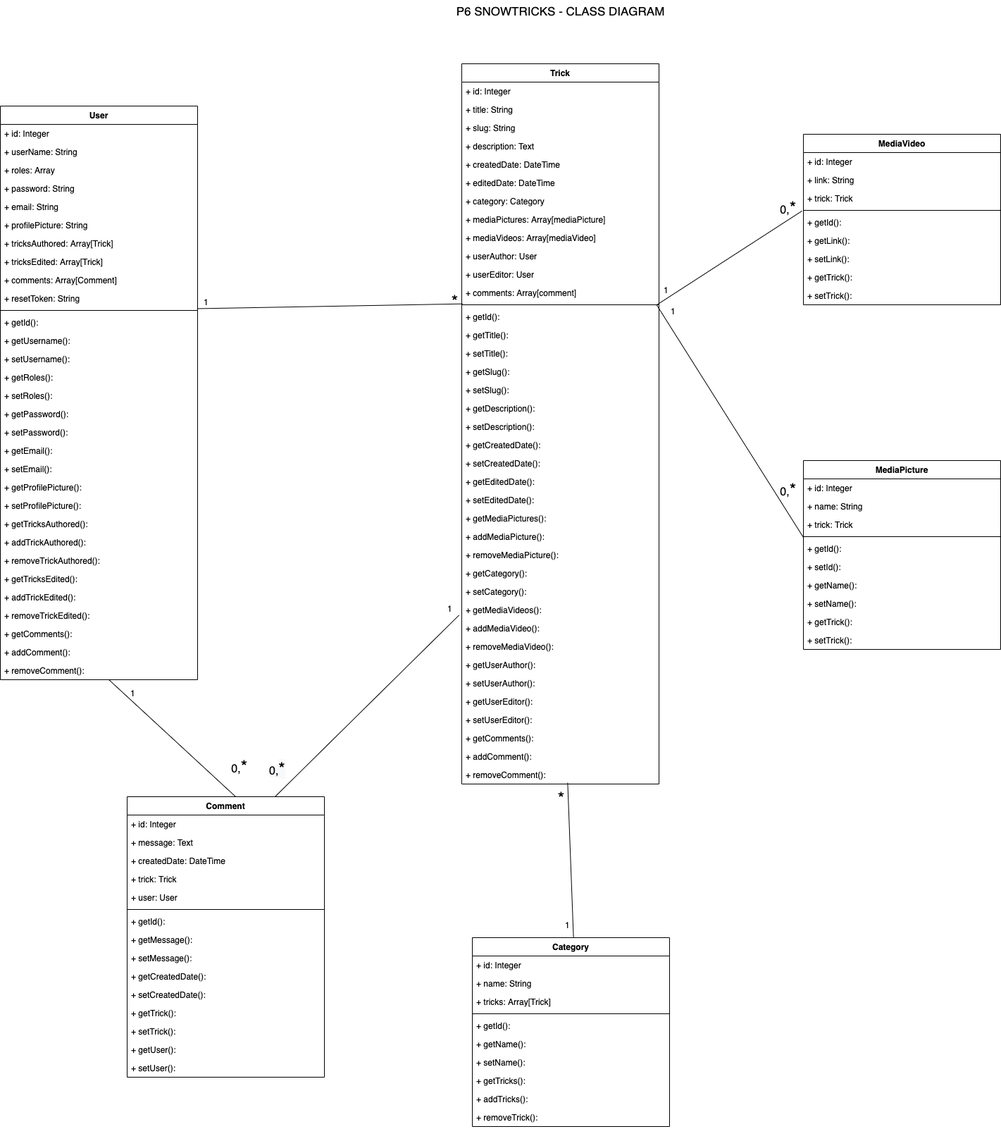
This is public/uml-diagrams/P6_Class_Diagram.png from GeoffroyDutot/SnowTricks-OC-P6, a draw.io export, as it was before one commit. Source tidied: cells renumbered, new cells last; positions are measured from the earlier drawing's top-left corner, leaving out a move shared by most shapes.
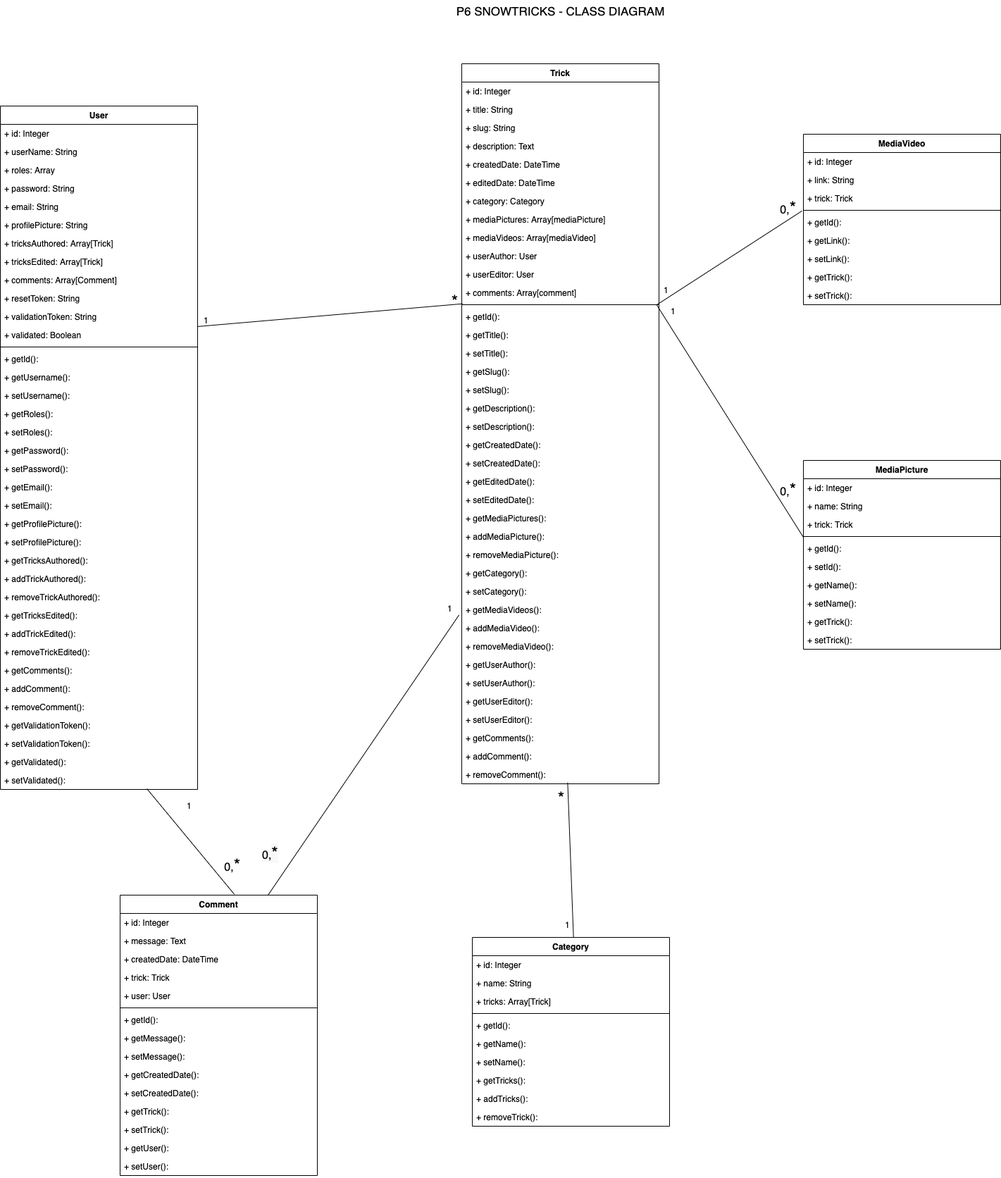
Later version of the same file.

What changed in the source:
```diff
@@ -126,7 +126,7 @@
       <mxGeometry y="996" width="280" height="26" as="geometry" />
     </mxCell>
     <mxCell id="43" value="User" style="swimlane;fontStyle=1;align=center;verticalAlign=top;horizontal=1;startSize=26;" parent="1" vertex="1">
-      <mxGeometry y="210" width="280" height="814" as="geometry" />
+      <mxGeometry y="210" width="280" height="970" as="geometry" />
     </mxCell>
     <mxCell id="44" value="+ id: Integer" style="text;strokeColor=none;fillColor=none;align=left;verticalAlign=top;spacingLeft=4;spacingRight=4;overflow=hidden;" parent="43" vertex="1">
       <mxGeometry y="26" width="280" height="26" as="geometry" />
@@ -158,70 +158,88 @@
     <mxCell id="53" value="+ resetToken: String" style="text;strokeColor=none;fillColor=none;align=left;verticalAlign=top;spacingLeft=4;spacingRight=4;overflow=hidden;" parent="43" vertex="1">
       <mxGeometry y="260" width="280" height="26" as="geometry" />
     </mxCell>
+    <mxCell id="142" value="+ validationToken: String" style="text;strokeColor=none;fillColor=none;align=left;verticalAlign=top;spacingLeft=4;spacingRight=4;overflow=hidden;" parent="43" vertex="1">
+      <mxGeometry y="286" width="280" height="26" as="geometry" />
+    </mxCell>
+    <mxCell id="143" value="+ validated: Boolean" style="text;strokeColor=none;fillColor=none;align=left;verticalAlign=top;spacingLeft=4;spacingRight=4;overflow=hidden;points=[[0,0.5],[1,0.5]];portConstraint=eastwest;" parent="43" vertex="1">
+      <mxGeometry y="312" width="280" height="26" as="geometry" />
+    </mxCell>
     <mxCell id="54" style="line;strokeWidth=1;fillColor=none;align=left;verticalAlign=middle;spacingTop=-1;spacingLeft=3;spacingRight=3;labelPosition=right;points=[];portConstraint=eastwest;" parent="43" vertex="1">
-      <mxGeometry y="286" width="280" height="8" as="geometry" />
+      <mxGeometry y="338" width="280" height="8" as="geometry" />
     </mxCell>
     <mxCell id="55" value="+ getId():" style="text;strokeColor=none;fillColor=none;align=left;verticalAlign=top;spacingLeft=4;spacingRight=4;overflow=hidden;" parent="43" vertex="1">
-      <mxGeometry y="294" width="280" height="26" as="geometry" />
+      <mxGeometry y="346" width="280" height="26" as="geometry" />
     </mxCell>
     <mxCell id="56" value="+ getUsername():" style="text;strokeColor=none;fillColor=none;align=left;verticalAlign=top;spacingLeft=4;spacingRight=4;overflow=hidden;" parent="43" vertex="1">
-      <mxGeometry y="320" width="280" height="26" as="geometry" />
+      <mxGeometry y="372" width="280" height="26" as="geometry" />
     </mxCell>
     <mxCell id="57" value="+ setUsername():" style="text;strokeColor=none;fillColor=none;align=left;verticalAlign=top;spacingLeft=4;spacingRight=4;overflow=hidden;" parent="43" vertex="1">
-      <mxGeometry y="346" width="280" height="26" as="geometry" />
+      <mxGeometry y="398" width="280" height="26" as="geometry" />
     </mxCell>
     <mxCell id="58" value="+ getRoles():" style="text;strokeColor=none;fillColor=none;align=left;verticalAlign=top;spacingLeft=4;spacingRight=4;overflow=hidden;" parent="43" vertex="1">
-      <mxGeometry y="372" width="280" height="26" as="geometry" />
+      <mxGeometry y="424" width="280" height="26" as="geometry" />
     </mxCell>
     <mxCell id="59" value="+ setRoles():" style="text;strokeColor=none;fillColor=none;align=left;verticalAlign=top;spacingLeft=4;spacingRight=4;overflow=hidden;" parent="43" vertex="1">
-      <mxGeometry y="398" width="280" height="26" as="geometry" />
+      <mxGeometry y="450" width="280" height="26" as="geometry" />
     </mxCell>
     <mxCell id="60" value="+ getPassword():" style="text;strokeColor=none;fillColor=none;align=left;verticalAlign=top;spacingLeft=4;spacingRight=4;overflow=hidden;" parent="43" vertex="1">
-      <mxGeometry y="424" width="280" height="26" as="geometry" />
+      <mxGeometry y="476" width="280" height="26" as="geometry" />
     </mxCell>
     <mxCell id="61" value="+ setPassword():" style="text;strokeColor=none;fillColor=none;align=left;verticalAlign=top;spacingLeft=4;spacingRight=4;overflow=hidden;" parent="43" vertex="1">
-      <mxGeometry y="450" width="280" height="26" as="geometry" />
+      <mxGeometry y="502" width="280" height="26" as="geometry" />
     </mxCell>
     <mxCell id="62" value="+ getEmail():" style="text;strokeColor=none;fillColor=none;align=left;verticalAlign=top;spacingLeft=4;spacingRight=4;overflow=hidden;" parent="43" vertex="1">
-      <mxGeometry y="476" width="280" height="26" as="geometry" />
+      <mxGeometry y="528" width="280" height="26" as="geometry" />
     </mxCell>
     <mxCell id="63" value="+ setEmail():" style="text;strokeColor=none;fillColor=none;align=left;verticalAlign=top;spacingLeft=4;spacingRight=4;overflow=hidden;" parent="43" vertex="1">
-      <mxGeometry y="502" width="280" height="26" as="geometry" />
+      <mxGeometry y="554" width="280" height="26" as="geometry" />
     </mxCell>
     <mxCell id="64" value="+ getProfilePicture():" style="text;strokeColor=none;fillColor=none;align=left;verticalAlign=top;spacingLeft=4;spacingRight=4;overflow=hidden;" parent="43" vertex="1">
-      <mxGeometry y="528" width="280" height="26" as="geometry" />
+      <mxGeometry y="580" width="280" height="26" as="geometry" />
     </mxCell>
     <mxCell id="65" value="+ setProfilePicture():" style="text;strokeColor=none;fillColor=none;align=left;verticalAlign=top;spacingLeft=4;spacingRight=4;overflow=hidden;" parent="43" vertex="1">
-      <mxGeometry y="554" width="280" height="26" as="geometry" />
+      <mxGeometry y="606" width="280" height="26" as="geometry" />
     </mxCell>
     <mxCell id="66" value="+ getTricksAuthored():" style="text;strokeColor=none;fillColor=none;align=left;verticalAlign=top;spacingLeft=4;spacingRight=4;overflow=hidden;" parent="43" vertex="1">
-      <mxGeometry y="580" width="280" height="26" as="geometry" />
+      <mxGeometry y="632" width="280" height="26" as="geometry" />
     </mxCell>
     <mxCell id="67" value="+ addTrickAuthored():" style="text;strokeColor=none;fillColor=none;align=left;verticalAlign=top;spacingLeft=4;spacingRight=4;overflow=hidden;" parent="43" vertex="1">
-      <mxGeometry y="606" width="280" height="26" as="geometry" />
+      <mxGeometry y="658" width="280" height="26" as="geometry" />
     </mxCell>
     <mxCell id="68" value="+ removeTrickAuthored():" style="text;strokeColor=none;fillColor=none;align=left;verticalAlign=top;spacingLeft=4;spacingRight=4;overflow=hidden;" parent="43" vertex="1">
-      <mxGeometry y="632" width="280" height="26" as="geometry" />
+      <mxGeometry y="684" width="280" height="26" as="geometry" />
     </mxCell>
     <mxCell id="69" value="+ getTricksEdited():" style="text;strokeColor=none;fillColor=none;align=left;verticalAlign=top;spacingLeft=4;spacingRight=4;overflow=hidden;" parent="43" vertex="1">
-      <mxGeometry y="658" width="280" height="26" as="geometry" />
+      <mxGeometry y="710" width="280" height="26" as="geometry" />
     </mxCell>
     <mxCell id="70" value="+ addTrickEdited():" style="text;strokeColor=none;fillColor=none;align=left;verticalAlign=top;spacingLeft=4;spacingRight=4;overflow=hidden;" parent="43" vertex="1">
-      <mxGeometry y="684" width="280" height="26" as="geometry" />
+      <mxGeometry y="736" width="280" height="26" as="geometry" />
     </mxCell>
     <mxCell id="71" value="+ removeTrickEdited():" style="text;strokeColor=none;fillColor=none;align=left;verticalAlign=top;spacingLeft=4;spacingRight=4;overflow=hidden;" parent="43" vertex="1">
-      <mxGeometry y="710" width="280" height="26" as="geometry" />
+      <mxGeometry y="762" width="280" height="26" as="geometry" />
     </mxCell>
     <mxCell id="72" value="+ getComments():" style="text;strokeColor=none;fillColor=none;align=left;verticalAlign=top;spacingLeft=4;spacingRight=4;overflow=hidden;" parent="43" vertex="1">
-      <mxGeometry y="736" width="280" height="26" as="geometry" />
+      <mxGeometry y="788" width="280" height="26" as="geometry" />
     </mxCell>
     <mxCell id="73" value="+ addComment():" style="text;strokeColor=none;fillColor=none;align=left;verticalAlign=top;spacingLeft=4;spacingRight=4;overflow=hidden;" parent="43" vertex="1">
-      <mxGeometry y="762" width="280" height="26" as="geometry" />
+      <mxGeometry y="814" width="280" height="26" as="geometry" />
     </mxCell>
     <mxCell id="74" value="+ removeComment():" style="text;strokeColor=none;fillColor=none;align=left;verticalAlign=top;spacingLeft=4;spacingRight=4;overflow=hidden;points=[[0,0.5],[1,0.5]];portConstraint=eastwest;" parent="43" vertex="1">
-      <mxGeometry y="788" width="280" height="26" as="geometry" />
+      <mxGeometry y="840" width="280" height="26" as="geometry" />
     </mxCell>
+    <mxCell id="144" value="+ getValidationToken():" style="text;strokeColor=none;fillColor=none;align=left;verticalAlign=top;spacingLeft=4;spacingRight=4;overflow=hidden;" parent="43" vertex="1">
+      <mxGeometry y="866" width="280" height="26" as="geometry" />
+    </mxCell>
+    <mxCell id="145" value="+ setValidationToken():" style="text;strokeColor=none;fillColor=none;align=left;verticalAlign=top;spacingLeft=4;spacingRight=4;overflow=hidden;" parent="43" vertex="1">
+      <mxGeometry y="892" width="280" height="26" as="geometry" />
+    </mxCell>
+    <mxCell id="146" value="+ getValidated():" style="text;strokeColor=none;fillColor=none;align=left;verticalAlign=top;spacingLeft=4;spacingRight=4;overflow=hidden;" parent="43" vertex="1">
+      <mxGeometry y="918" width="280" height="26" as="geometry" />
+    </mxCell>
+    <mxCell id="147" value="+ setValidated():" style="text;strokeColor=none;fillColor=none;align=left;verticalAlign=top;spacingLeft=4;spacingRight=4;overflow=hidden;points=[[0,0.5],[1,0.5]];portConstraint=eastwest;" parent="43" vertex="1">
+      <mxGeometry y="944" width="280" height="26" as="geometry" />
+    </mxCell>
-    <mxCell id="75" style="endArrow=none;html=1;rounded=0;entryX=0.005;entryY=-0.167;entryDx=0;entryDy=0;entryPerimeter=0;" parent="1" edge="1" source="54">
+    <mxCell id="75" style="endArrow=none;html=1;rounded=0;entryX=0.005;entryY=-0.167;entryDx=0;entryDy=0;entryPerimeter=0;" parent="1" edge="1" source="143">
       <mxGeometry relative="1" as="geometry">
         <mxPoint x="656.4" y="490.7" as="targetPoint" />
       </mxGeometry>
@@ -371,8 +389,37 @@
     <mxCell id="118" value="+ removeTrick():" style="text;strokeColor=none;fillColor=none;align=left;verticalAlign=top;spacingLeft=4;spacingRight=4;overflow=hidden;" parent="108" vertex="1">
       <mxGeometry y="242" width="280" height="26" as="geometry" />
     </mxCell>
+    <mxCell id="135" style="endArrow=none;html=1;fontSize=24;exitX=0.579;exitY=-0.003;exitDx=0;exitDy=0;exitPerimeter=0;entryX=0.743;entryY=0.962;entryDx=0;entryDy=0;entryPerimeter=0;" parent="1" edge="1" source="119" target="147">
+      <mxGeometry relative="1" as="geometry" />
+    </mxCell>
+    <mxCell id="136" style="html=1;align=right;verticalAlign=bottom;fontSize=24;" parent="1" vertex="1">
+      <mxGeometry x="570" y="1100" as="geometry">
+        <mxPoint x="-379" y="-41" as="offset" />
+      </mxGeometry>
+    </mxCell>
+    <mxCell id="137" value="1" style="html=1;align=left;verticalAlign=bottom;" parent="1" vertex="1">
+      <mxGeometry x="360" y="280" as="geometry">
+        <mxPoint x="-97" y="932" as="offset" />
+      </mxGeometry>
+    </mxCell>
+    <mxCell id="138" value="&lt;font style=&quot;font-size: 16px&quot;&gt;0,&lt;/font&gt;*" style="html=1;align=right;verticalAlign=bottom;fontSize=24;" parent="1" vertex="1">
+      <mxGeometry x="1140" y="900" as="geometry">
+        <mxPoint x="-799" y="403" as="offset" />
+      </mxGeometry>
+    </mxCell>
+    <mxCell id="139" style="endArrow=none;html=1;fontSize=24;entryX=-0.014;entryY=-0.212;entryDx=0;entryDy=0;entryPerimeter=0;exitX=0.75;exitY=0;exitDx=0;exitDy=0;" parent="1" edge="1" source="119" target="34">
+      <mxGeometry relative="1" as="geometry" />
+    </mxCell>
+    <mxCell id="140" value="1" style="html=1;align=left;verticalAlign=bottom;" parent="1" vertex="1">
+      <mxGeometry x="730" as="geometry">
+        <mxPoint x="-97" y="932" as="offset" />
+      </mxGeometry>
+    </mxCell>
+    <mxCell id="141" value="&lt;meta charset=&quot;utf-8&quot;&gt;&lt;font style=&quot;color: rgb(0, 0, 0); font-family: helvetica; font-style: normal; font-weight: 400; letter-spacing: normal; text-align: right; text-indent: 0px; text-transform: none; word-spacing: 0px; background-color: rgb(248, 249, 250); font-size: 16px;&quot;&gt;0,&lt;/font&gt;&lt;span style=&quot;color: rgb(0, 0, 0); font-family: helvetica; font-size: 24px; font-style: normal; font-weight: 400; letter-spacing: normal; text-align: right; text-indent: 0px; text-transform: none; word-spacing: 0px; background-color: rgb(248, 249, 250); display: inline; float: none;&quot;&gt;*&lt;/span&gt;" style="text;whiteSpace=wrap;html=1;fontSize=24;" parent="1" vertex="1">
+      <mxGeometry x="370" y="1250" width="50" height="50" as="geometry" />
+    </mxCell>
     <mxCell id="119" value="Comment" style="swimlane;fontStyle=1;align=center;verticalAlign=top;horizontal=1;startSize=26;" parent="1" vertex="1">
-      <mxGeometry x="180" y="1190" width="280" height="398" as="geometry" />
+      <mxGeometry x="170" y="1330" width="280" height="398" as="geometry" />
     </mxCell>
     <mxCell id="120" value="+ id: Integer" style="text;strokeColor=none;fillColor=none;align=left;verticalAlign=top;spacingLeft=4;spacingRight=4;overflow=hidden;" parent="119" vertex="1">
       <mxGeometry y="26" width="280" height="26" as="geometry" />
@@ -419,36 +466,5 @@
     <mxCell id="134" value="+ setUser():" style="text;strokeColor=none;fillColor=none;align=left;verticalAlign=top;spacingLeft=4;spacingRight=4;overflow=hidden;" parent="119" vertex="1">
       <mxGeometry y="372" width="280" height="26" as="geometry" />
     </mxCell>
-    <mxCell id="135" style="endArrow=none;html=1;fontSize=24;" parent="1" edge="1" target="74">
-      <mxGeometry relative="1" as="geometry">
-        <mxPoint x="334" y="1190" as="sourcePoint" />
-      </mxGeometry>
-    </mxCell>
-    <mxCell id="136" style="html=1;align=right;verticalAlign=bottom;fontSize=24;" parent="1" vertex="1">
-      <mxGeometry x="570" y="1100" as="geometry">
-        <mxPoint x="-379" y="-41" as="offset" />
-      </mxGeometry>
-    </mxCell>
-    <mxCell id="137" value="1" style="html=1;align=left;verticalAlign=bottom;" parent="1" vertex="1">
-      <mxGeometry x="280" y="120" as="geometry">
-        <mxPoint x="-97" y="932" as="offset" />
-      </mxGeometry>
-    </mxCell>
-    <mxCell id="138" value="&lt;font style=&quot;font-size: 16px&quot;&gt;0,&lt;/font&gt;*" style="html=1;align=right;verticalAlign=bottom;fontSize=24;" parent="1" vertex="1">
-      <mxGeometry x="1150" y="760" as="geometry">
-        <mxPoint x="-799" y="403" as="offset" />
-      </mxGeometry>
-    </mxCell>
-    <mxCell id="139" style="endArrow=none;html=1;fontSize=24;entryX=-0.014;entryY=-0.212;entryDx=0;entryDy=0;entryPerimeter=0;exitX=0.75;exitY=0;exitDx=0;exitDy=0;" parent="1" edge="1" source="119" target="34">
-      <mxGeometry relative="1" as="geometry" />
-    </mxCell>
-    <mxCell id="140" value="1" style="html=1;align=left;verticalAlign=bottom;" parent="1" vertex="1">
-      <mxGeometry x="730" as="geometry">
-        <mxPoint x="-97" y="932" as="offset" />
-      </mxGeometry>
-    </mxCell>
-    <mxCell id="141" value="&lt;meta charset=&quot;utf-8&quot;&gt;&lt;font style=&quot;color: rgb(0, 0, 0); font-family: helvetica; font-style: normal; font-weight: 400; letter-spacing: normal; text-align: right; text-indent: 0px; text-transform: none; word-spacing: 0px; background-color: rgb(248, 249, 250); font-size: 16px;&quot;&gt;0,&lt;/font&gt;&lt;span style=&quot;color: rgb(0, 0, 0); font-family: helvetica; font-size: 24px; font-style: normal; font-weight: 400; letter-spacing: normal; text-align: right; text-indent: 0px; text-transform: none; word-spacing: 0px; background-color: rgb(248, 249, 250); display: inline; float: none;&quot;&gt;*&lt;/span&gt;" style="text;whiteSpace=wrap;html=1;fontSize=24;" parent="1" vertex="1">
-      <mxGeometry x="380" y="1130" width="50" height="50" as="geometry" />
-    </mxCell>
   </root>
 </mxGraphModel>
```
